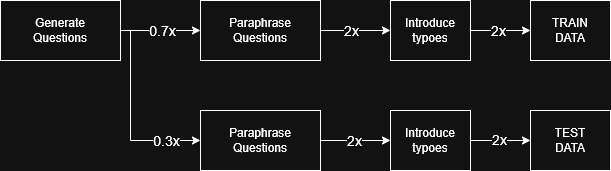
Before: imgs/data_synthesis.png, a diagram exported from draw.io (Baldie-dev/TinyContextGuard). Source tidied: cells renumbered, new cells last; positions are measured from the earlier drawing's top-left corner, leaving out a move shared by most shapes. The source it was exported from:
```xml
<mxGraphModel>
  <root>
    <mxCell id="0" />
    <mxCell id="1" parent="0" />
    <mxCell id="2" style="edgeStyle=orthogonalEdgeStyle;rounded=0;jettySize=auto;html=1;exitX=1;exitY=0.5;exitDx=0;exitDy=0;entryX=0;entryY=0.5;entryDx=0;entryDy=0;" parent="1" edge="1" source="6" target="9">
      <mxGeometry relative="1" as="geometry" />
    </mxCell>
    <mxCell id="3" value="0.7x" style="edgeLabel;html=1;align=center;verticalAlign=middle;fontSize=14;" parent="2" vertex="1">
      <mxGeometry x="0.03" y="-1" relative="1" as="geometry">
        <mxPoint y="-1" as="offset" />
      </mxGeometry>
    </mxCell>
    <mxCell id="4" style="edgeStyle=orthogonalEdgeStyle;rounded=0;jettySize=auto;html=1;exitX=1;exitY=0.5;exitDx=0;exitDy=0;entryX=0;entryY=0.5;entryDx=0;entryDy=0;" parent="1" edge="1" source="6" target="12">
      <mxGeometry relative="1" as="geometry">
        <Array as="points">
          <mxPoint x="130" y="30" />
          <mxPoint x="130" y="140" />
        </Array>
      </mxGeometry>
    </mxCell>
    <mxCell id="5" value="0.3x" style="edgeLabel;html=1;align=center;verticalAlign=middle;fontSize=14;" parent="4" vertex="1">
      <mxGeometry x="0.63" relative="1" as="geometry" />
    </mxCell>
    <mxCell id="6" value="Generate&lt;div&gt;Questions&lt;/div&gt;" style="rounded=0;whiteSpace=wrap;html=1;" parent="1" vertex="1">
      <mxGeometry width="120" height="60" as="geometry" />
    </mxCell>
    <mxCell id="7" style="edgeStyle=orthogonalEdgeStyle;rounded=0;jettySize=auto;html=1;exitX=1;exitY=0.5;exitDx=0;exitDy=0;entryX=0;entryY=0.5;entryDx=0;entryDy=0;" parent="1" edge="1" source="9" target="15">
      <mxGeometry relative="1" as="geometry" />
    </mxCell>
    <mxCell id="8" value="2x" style="edgeLabel;html=1;align=center;verticalAlign=middle;fontSize=14;" parent="7" vertex="1">
      <mxGeometry x="-0.14" y="-4" relative="1" as="geometry">
        <mxPoint y="-4" as="offset" />
      </mxGeometry>
    </mxCell>
    <mxCell id="9" value="Paraphrase Questions" style="rounded=0;whiteSpace=wrap;html=1;" parent="1" vertex="1">
      <mxGeometry x="200" width="120" height="60" as="geometry" />
    </mxCell>
    <mxCell id="10" style="edgeStyle=orthogonalEdgeStyle;rounded=0;jettySize=auto;html=1;exitX=1;exitY=0.5;exitDx=0;exitDy=0;entryX=0;entryY=0.5;entryDx=0;entryDy=0;" parent="1" edge="1" source="12" target="18">
      <mxGeometry relative="1" as="geometry" />
    </mxCell>
    <mxCell id="11" value="2x" style="edgeLabel;html=1;align=center;verticalAlign=middle;fontSize=14;" parent="10" vertex="1">
      <mxGeometry x="-0.06" relative="1" as="geometry" />
    </mxCell>
    <mxCell id="12" value="Paraphrase Questions" style="rounded=0;whiteSpace=wrap;html=1;" parent="1" vertex="1">
      <mxGeometry x="200" y="110" width="120" height="60" as="geometry" />
    </mxCell>
    <mxCell id="13" style="edgeStyle=orthogonalEdgeStyle;rounded=0;jettySize=auto;html=1;exitX=1;exitY=0.5;exitDx=0;exitDy=0;entryX=0;entryY=0.5;entryDx=0;entryDy=0;" parent="1" edge="1" source="15" target="19">
      <mxGeometry relative="1" as="geometry" />
    </mxCell>
    <mxCell id="14" value="2x" style="edgeLabel;html=1;align=center;verticalAlign=middle;fontSize=14;" parent="13" vertex="1">
      <mxGeometry x="-0.1" y="-4" relative="1" as="geometry">
        <mxPoint y="-4" as="offset" />
      </mxGeometry>
    </mxCell>
    <mxCell id="15" value="Introduce typoes" style="rounded=0;whiteSpace=wrap;html=1;" parent="1" vertex="1">
      <mxGeometry x="390" width="80" height="60" as="geometry" />
    </mxCell>
    <mxCell id="16" style="edgeStyle=orthogonalEdgeStyle;rounded=0;jettySize=auto;html=1;exitX=1;exitY=0.5;exitDx=0;exitDy=0;entryX=0;entryY=0.5;entryDx=0;entryDy=0;" parent="1" edge="1" source="18" target="20">
      <mxGeometry relative="1" as="geometry" />
    </mxCell>
    <mxCell id="17" value="2x" style="edgeLabel;html=1;align=center;verticalAlign=middle;fontSize=14;" parent="16" vertex="1">
      <mxGeometry x="-0.07" y="1" relative="1" as="geometry" />
    </mxCell>
    <mxCell id="18" value="Introduce typoes" style="rounded=0;whiteSpace=wrap;html=1;" parent="1" vertex="1">
      <mxGeometry x="390" y="110" width="80" height="60" as="geometry" />
    </mxCell>
    <mxCell id="19" value="TRAIN&lt;div&gt;DATA&lt;/div&gt;" style="rounded=0;whiteSpace=wrap;html=1;" parent="1" vertex="1">
      <mxGeometry x="530" width="80" height="60" as="geometry" />
    </mxCell>
    <mxCell id="20" value="TEST&lt;div&gt;DATA&lt;/div&gt;" style="rounded=0;whiteSpace=wrap;html=1;" parent="1" vertex="1">
      <mxGeometry x="530" y="110" width="80" height="60" as="geometry" />
    </mxCell>
  </root>
</mxGraphModel>
```
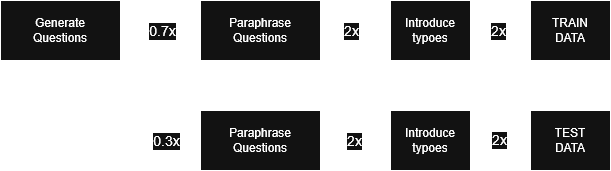
The same file after the commit.

Change to the diagram source:
```diff
@@ -27,40 +27,40 @@
     <mxCell id="7" style="edgeStyle=orthogonalEdgeStyle;rounded=0;jettySize=auto;html=1;exitX=1;exitY=0.5;exitDx=0;exitDy=0;entryX=0;entryY=0.5;entryDx=0;entryDy=0;" parent="1" edge="1" source="9" target="15">
       <mxGeometry relative="1" as="geometry" />
     </mxCell>
-    <mxCell id="8" value="2x" style="edgeLabel;html=1;align=center;verticalAlign=middle;fontSize=14;" parent="7" vertex="1">
-      <mxGeometry x="-0.14" y="-4" relative="1" as="geometry">
-        <mxPoint y="-4" as="offset" />
-      </mxGeometry>
-    </mxCell>
+    <mxCell id="21" value="2x" style="edgeLabel;html=1;align=center;verticalAlign=middle;fontSize=14;" parent="7" vertex="1">
+      <mxGeometry x="-0.14" y="-4" relative="1" as="geometry">
+        <mxPoint y="-4" as="offset" />
+      </mxGeometry>
+    </mxCell>
     <mxCell id="9" value="Paraphrase Questions" style="rounded=0;whiteSpace=wrap;html=1;" parent="1" vertex="1">
       <mxGeometry x="200" width="120" height="60" as="geometry" />
     </mxCell>
     <mxCell id="10" style="edgeStyle=orthogonalEdgeStyle;rounded=0;jettySize=auto;html=1;exitX=1;exitY=0.5;exitDx=0;exitDy=0;entryX=0;entryY=0.5;entryDx=0;entryDy=0;" parent="1" edge="1" source="12" target="18">
       <mxGeometry relative="1" as="geometry" />
     </mxCell>
-    <mxCell id="11" value="2x" style="edgeLabel;html=1;align=center;verticalAlign=middle;fontSize=14;" parent="10" vertex="1">
-      <mxGeometry x="-0.06" relative="1" as="geometry" />
-    </mxCell>
+    <mxCell id="22" value="2x" style="edgeLabel;html=1;align=center;verticalAlign=middle;fontSize=14;" parent="10" vertex="1">
+      <mxGeometry x="-0.06" relative="1" as="geometry" />
+    </mxCell>
     <mxCell id="12" value="Paraphrase Questions" style="rounded=0;whiteSpace=wrap;html=1;" parent="1" vertex="1">
       <mxGeometry x="200" y="110" width="120" height="60" as="geometry" />
     </mxCell>
     <mxCell id="13" style="edgeStyle=orthogonalEdgeStyle;rounded=0;jettySize=auto;html=1;exitX=1;exitY=0.5;exitDx=0;exitDy=0;entryX=0;entryY=0.5;entryDx=0;entryDy=0;" parent="1" edge="1" source="15" target="19">
       <mxGeometry relative="1" as="geometry" />
     </mxCell>
-    <mxCell id="14" value="2x" style="edgeLabel;html=1;align=center;verticalAlign=middle;fontSize=14;" parent="13" vertex="1">
-      <mxGeometry x="-0.1" y="-4" relative="1" as="geometry">
-        <mxPoint y="-4" as="offset" />
-      </mxGeometry>
-    </mxCell>
+    <mxCell id="23" value="2x" style="edgeLabel;html=1;align=center;verticalAlign=middle;fontSize=14;" parent="13" vertex="1">
+      <mxGeometry x="-0.1" y="-4" relative="1" as="geometry">
+        <mxPoint y="-4" as="offset" />
+      </mxGeometry>
+    </mxCell>
     <mxCell id="15" value="Introduce typoes" style="rounded=0;whiteSpace=wrap;html=1;" parent="1" vertex="1">
       <mxGeometry x="390" width="80" height="60" as="geometry" />
     </mxCell>
     <mxCell id="16" style="edgeStyle=orthogonalEdgeStyle;rounded=0;jettySize=auto;html=1;exitX=1;exitY=0.5;exitDx=0;exitDy=0;entryX=0;entryY=0.5;entryDx=0;entryDy=0;" parent="1" edge="1" source="18" target="20">
       <mxGeometry relative="1" as="geometry" />
     </mxCell>
-    <mxCell id="17" value="2x" style="edgeLabel;html=1;align=center;verticalAlign=middle;fontSize=14;" parent="16" vertex="1">
-      <mxGeometry x="-0.07" y="1" relative="1" as="geometry" />
-    </mxCell>
+    <mxCell id="24" value="2x" style="edgeLabel;html=1;align=center;verticalAlign=middle;fontSize=14;" parent="16" vertex="1">
+      <mxGeometry x="-0.07" y="1" relative="1" as="geometry" />
+    </mxCell>
     <mxCell id="18" value="Introduce typoes" style="rounded=0;whiteSpace=wrap;html=1;" parent="1" vertex="1">
       <mxGeometry x="390" y="110" width="80" height="60" as="geometry" />
     </mxCell>
```
